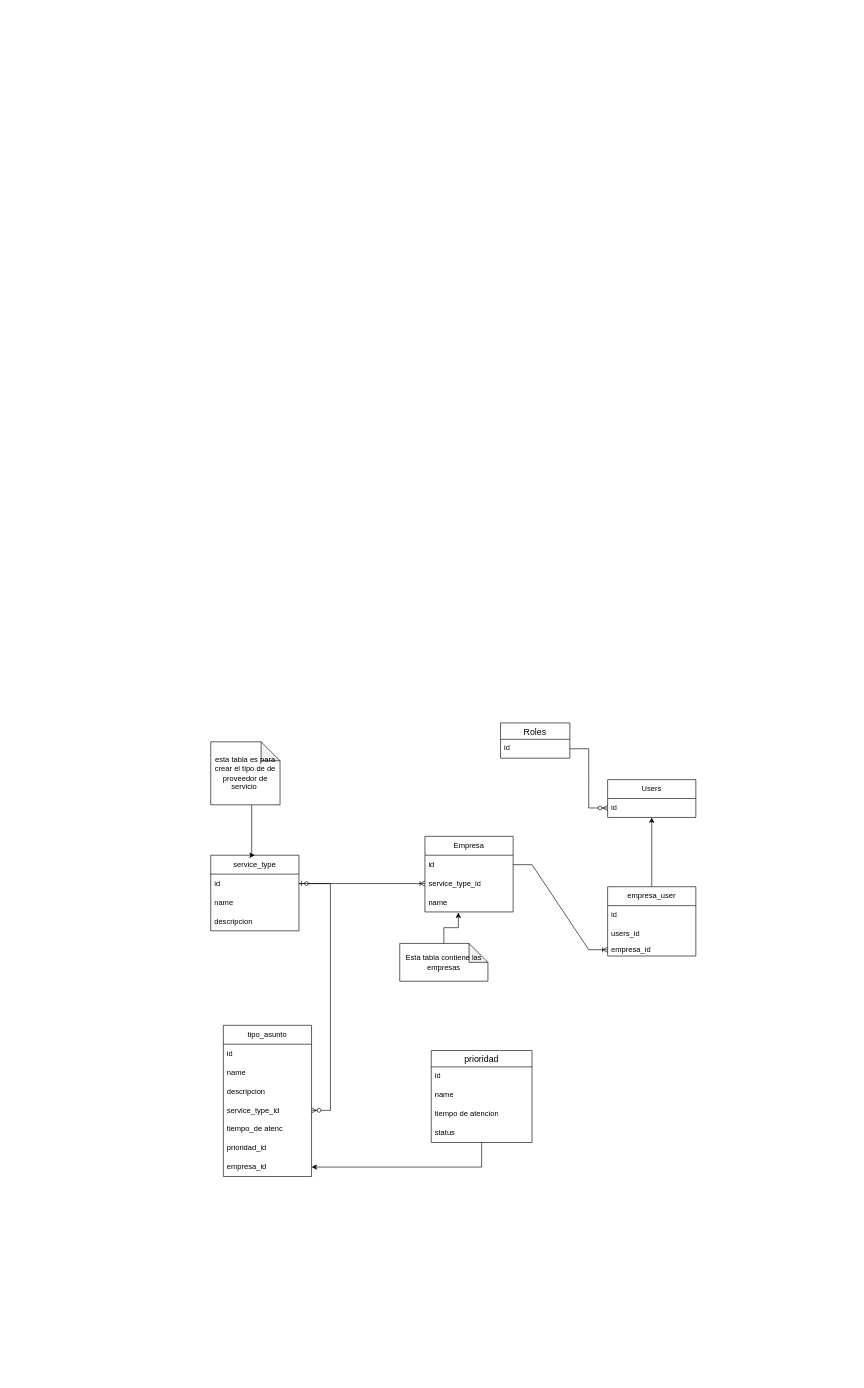
The draw.io diagram diagramas_de_clase/ticketServicios.drawio in jhaineymilevis/diagrams, before the edit. Source tidied: cells renumbered, new cells numbered last; positions are measured from the earlier drawing's top-left corner, leaving out a move shared by most shapes. Both pictures are drawn from the tidied source at 63%, with x=0, y=0 at pixel (210, 723).
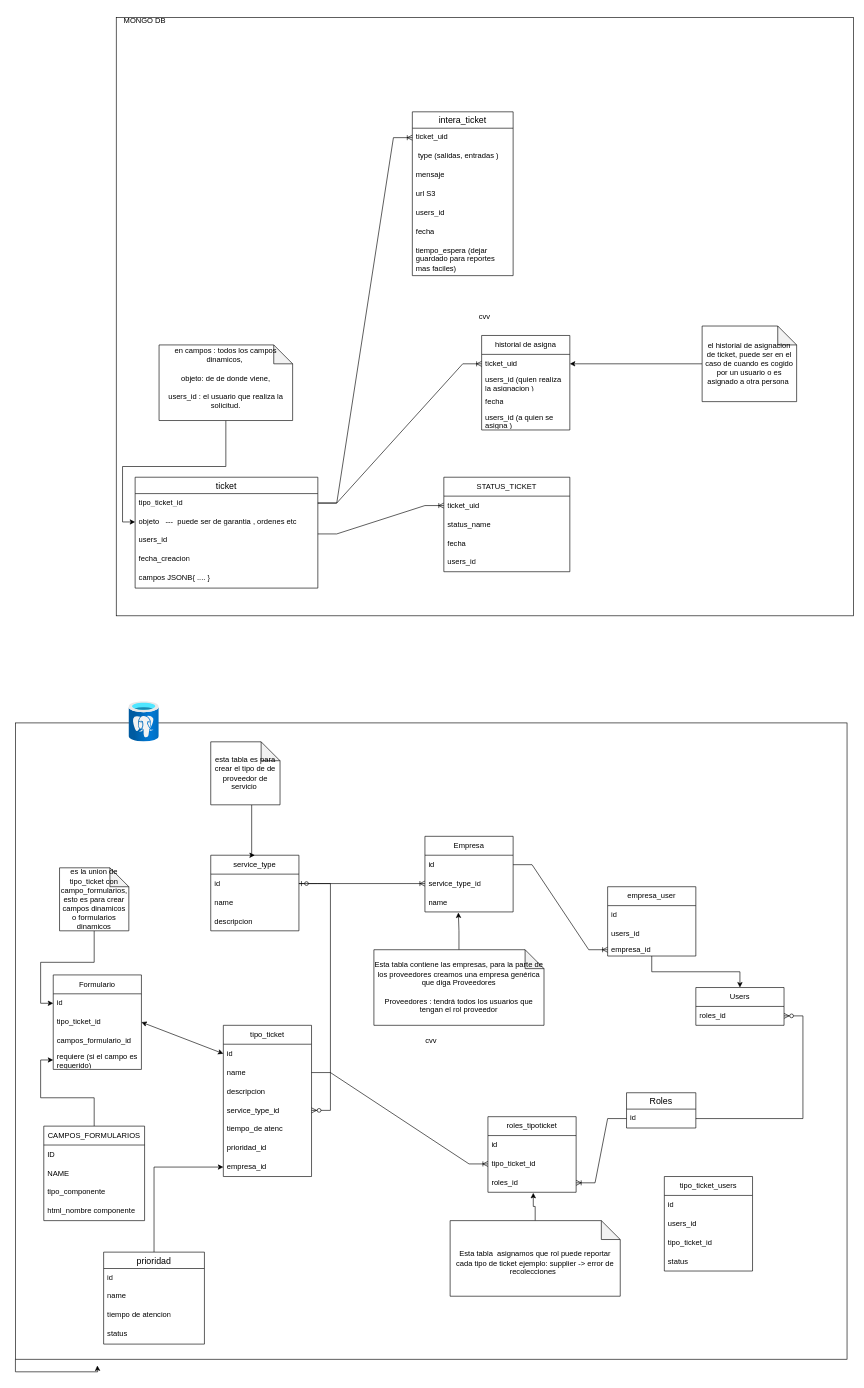
Above is the later version.

Unchanged cells that the change refers to:
```xml
<mxCell id="28" value="id" style="text;strokeColor=none;fillColor=none;spacingLeft=4;spacingRight=4;overflow=hidden;points=[[0,0.5],[1,0.5]];portConstraint=eastwest;fontSize=12;whiteSpace=wrap;html=1;" parent="27" vertex="1">
  <mxGeometry y="26" width="110" height="30" as="geometry" />
</mxCell>
```

What changed in the source:
```diff
@@
+    <mxCell id="41" value="cvv" style="rounded=0;whiteSpace=wrap;html=1;" parent="1" vertex="1">
+      <mxGeometry x="-150" y="-1120" width="1170" height="950" as="geometry" />
+    </mxCell>
+    <mxCell id="42" style="edgeStyle=orthogonalEdgeStyle;rounded=0;jettySize=auto;html=1;exitX=0;exitY=1;exitDx=0;exitDy=0;" parent="1" edge="1" source="43">
+      <mxGeometry relative="1" as="geometry">
+        <mxPoint x="-180" y="1020" as="targetPoint" />
+      </mxGeometry>
+    </mxCell>
+    <mxCell id="43" value="cvv" style="rounded=0;whiteSpace=wrap;html=1;" parent="1" vertex="1">
+      <mxGeometry x="-310" width="1320" height="1010" as="geometry" />
+    </mxCell>
@@
     <mxCell id="15" value="Users&lt;br&gt;" style="swimlane;fontStyle=0;horizontal=1;startSize=30;whiteSpace=wrap;html=1;" parent="1" vertex="1">
-      <mxGeometry x="630" y="90" width="140" height="60" as="geometry" />
+      <mxGeometry x="770" y="420" width="140" height="60" as="geometry" />
     </mxCell>
-    <mxCell id="16" value="id" style="text;strokeColor=none;fillColor=none;align=left;verticalAlign=middle;spacingLeft=4;spacingRight=4;overflow=hidden;points=[[0,0.5],[1,0.5]];portConstraint=eastwest;whiteSpace=wrap;html=1;" parent="15" vertex="1">
+    <mxCell id="16" value="roles_id" style="text;strokeColor=none;fillColor=none;align=left;verticalAlign=middle;spacingLeft=4;spacingRight=4;overflow=hidden;points=[[0,0.5],[1,0.5]];portConstraint=eastwest;whiteSpace=wrap;html=1;" parent="15" vertex="1">
       <mxGeometry y="30" width="140" height="30" as="geometry" />
     </mxCell>
-    <mxCell id="17" value="tipo_asunto" style="swimlane;fontStyle=0;horizontal=1;startSize=30;whiteSpace=wrap;html=1;" parent="1" vertex="1">
+    <mxCell id="17" value="tipo_ticket" style="swimlane;fontStyle=0;horizontal=1;startSize=30;whiteSpace=wrap;html=1;" parent="1" vertex="1">
       <mxGeometry x="20" y="480" width="140" height="240" as="geometry" />
     </mxCell>
-    <mxCell id="18" value="id" style="text;strokeColor=none;fillColor=none;align=left;verticalAlign=middle;spacingLeft=4;spacingRight=4;overflow=hidden;whiteSpace=wrap;html=1;" parent="17" vertex="1">
-      <mxGeometry y="30" width="140" height="30" as="geometry" />
-    </mxCell>
+    <mxCell id="44" value="id" style="text;strokeColor=none;fillColor=none;align=left;verticalAlign=middle;spacingLeft=4;spacingRight=4;overflow=hidden;points=[[0,0.5],[1,0.5]];portConstraint=eastwest;whiteSpace=wrap;html=1;" parent="17" vertex="1">
+      <mxGeometry y="30" width="140" height="30" as="geometry" />
+    </mxCell>
@@
     <mxCell id="27" value="Roles" style="swimlane;fontStyle=0;horizontal=1;startSize=26;align=center;fontSize=14;" parent="1" vertex="1">
-      <mxGeometry x="460" width="110" height="56" as="geometry" />
+      <mxGeometry x="660" y="587" width="110" height="56" as="geometry" />
     </mxCell>
@@
-    <mxCell id="29" style="edgeStyle=entityRelationEdgeStyle;fontSize=12;html=1;endArrow=ERzeroToMany;endFill=1;rounded=0;entryX=0;entryY=0.5;entryDx=0;entryDy=0;exitX=1;exitY=0.5;exitDx=0;exitDy=0;" parent="1" edge="1" source="28" target="16">
-      <mxGeometry relative="1" as="geometry" />
+    <mxCell id="29" style="edgeStyle=entityRelationEdgeStyle;fontSize=12;html=1;endArrow=ERzeroToMany;endFill=1;rounded=0;exitX=1;exitY=0.5;exitDx=0;exitDy=0;" parent="1" edge="1" source="28" target="16">
+      <mxGeometry relative="1" as="geometry">
+        <Array as="points">
+          <mxPoint x="520" y="496" />
+          <mxPoint x="600" y="436" />
+          <mxPoint x="600" y="486" />
+        </Array>
+      </mxGeometry>
     </mxCell>
@@
     <mxCell id="32" value="prioridad" style="swimlane;fontStyle=0;horizontal=1;startSize=26;align=center;fontSize=14;" parent="1" vertex="1">
-      <mxGeometry x="350" y="520" width="160" height="146" as="geometry" />
+      <mxGeometry x="-170" y="840" width="160" height="146" as="geometry" />
     </mxCell>
@@
-    <mxCell id="40" value="Esta tabla contiene las empresas" style="shape=note;whiteSpace=wrap;html=1;backgroundOutline=1;darkOpacity=0.05;" parent="1" vertex="1">
-      <mxGeometry x="300" y="350" width="140" height="60" as="geometry" />
+    <mxCell id="40" value="Esta tabla contiene las empresas, para la parte de los proveedores creamos una empresa genérica que diga Proveedores&lt;br&gt;&lt;br&gt;Proveedores : tendrá todos los usuarios que tengan el rol proveedor" style="shape=note;whiteSpace=wrap;html=1;backgroundOutline=1;darkOpacity=0.05;" parent="1" vertex="1">
+      <mxGeometry x="259" y="360" width="270" height="120" as="geometry" />
     </mxCell>
+    <mxCell id="45" value="roles_tipoticket" style="swimlane;fontStyle=0;horizontal=1;startSize=30;whiteSpace=wrap;html=1;" parent="1" vertex="1">
+      <mxGeometry x="440" y="625" width="140" height="120" as="geometry" />
+    </mxCell>
+    <mxCell id="46" value="id" style="text;strokeColor=none;fillColor=none;align=left;verticalAlign=middle;spacingLeft=4;spacingRight=4;overflow=hidden;whiteSpace=wrap;html=1;" parent="45" vertex="1">
+      <mxGeometry y="30" width="140" height="30" as="geometry" />
+    </mxCell>
+    <mxCell id="47" value="tipo_ticket_id" style="text;strokeColor=none;fillColor=none;align=left;verticalAlign=middle;spacingLeft=4;spacingRight=4;overflow=hidden;points=[[0,0.5],[1,0.5]];portConstraint=eastwest;whiteSpace=wrap;html=1;" parent="45" vertex="1">
+      <mxGeometry y="60" width="140" height="30" as="geometry" />
+    </mxCell>
+    <mxCell id="48" value="roles_id" style="text;strokeColor=none;fillColor=none;align=left;verticalAlign=middle;spacingLeft=4;spacingRight=4;overflow=hidden;points=[[0,0.5],[1,0.5]];portConstraint=eastwest;whiteSpace=wrap;html=1;" parent="45" vertex="1">
+      <mxGeometry y="90" width="140" height="30" as="geometry" />
+    </mxCell>
+    <mxCell id="49" style="edgeStyle=orthogonalEdgeStyle;rounded=0;jettySize=auto;html=1;entryX=0.514;entryY=1.033;entryDx=0;entryDy=0;entryPerimeter=0;" parent="1" edge="1" source="50" target="48">
+      <mxGeometry relative="1" as="geometry" />
+    </mxCell>
+    <mxCell id="50" value="&lt;br&gt;Esta tabla&amp;nbsp; asignamos que rol puede reportar cada tipo de ticket ejemplo: supplier -&amp;gt; error de recolecciones&amp;nbsp;&amp;nbsp;" style="shape=note;whiteSpace=wrap;html=1;backgroundOutline=1;darkOpacity=0.05;" parent="1" vertex="1">
+      <mxGeometry x="380" y="790" width="270" height="120" as="geometry" />
+    </mxCell>
+    <mxCell id="51" style="edgeStyle=entityRelationEdgeStyle;fontSize=12;html=1;endArrow=ERoneToMany;rounded=0;exitX=1;exitY=0.5;exitDx=0;exitDy=0;" parent="1" edge="1" target="47">
+      <mxGeometry relative="1" as="geometry">
+        <mxPoint x="160" y="555" as="sourcePoint" />
+      </mxGeometry>
+    </mxCell>
+    <mxCell id="52" style="edgeStyle=entityRelationEdgeStyle;fontSize=12;html=1;endArrow=ERoneToMany;rounded=0;exitX=0;exitY=0.5;exitDx=0;exitDy=0;entryX=1;entryY=0.5;entryDx=0;entryDy=0;" parent="1" edge="1" source="28" target="48">
+      <mxGeometry relative="1" as="geometry">
+        <Array as="points">
+          <mxPoint x="550" y="540" />
+        </Array>
+      </mxGeometry>
+    </mxCell>
+    <mxCell id="53" value="ticket" style="swimlane;fontStyle=0;horizontal=1;startSize=26;align=center;fontSize=14;" parent="1" vertex="1">
+      <mxGeometry x="-120" y="-390" width="290" height="176" as="geometry" />
+    </mxCell>
+    <mxCell id="54" value="tipo_ticket_id" style="text;strokeColor=none;fillColor=none;spacingLeft=4;spacingRight=4;overflow=hidden;points=[[0,0.5],[1,0.5]];portConstraint=eastwest;fontSize=12;whiteSpace=wrap;html=1;" parent="53" vertex="1">
+      <mxGeometry y="26" width="290" height="30" as="geometry" />
+    </mxCell>
+    <mxCell id="55" value="objeto&amp;nbsp; &amp;nbsp;---&amp;nbsp; puede ser de garantia , ordenes etc" style="text;strokeColor=none;fillColor=none;spacingLeft=4;spacingRight=4;overflow=hidden;points=[[0,0.5],[1,0.5]];portConstraint=eastwest;fontSize=12;whiteSpace=wrap;html=1;" parent="53" vertex="1">
+      <mxGeometry y="56" width="290" height="30" as="geometry" />
+    </mxCell>
+    <mxCell id="56" value="users_id" style="text;strokeColor=none;fillColor=none;spacingLeft=4;spacingRight=4;overflow=hidden;fontSize=12;whiteSpace=wrap;html=1;" parent="53" vertex="1">
+      <mxGeometry y="86" width="290" height="30" as="geometry" />
+    </mxCell>
+    <mxCell id="57" value="fecha_creacion&lt;br&gt;" style="text;strokeColor=none;fillColor=none;spacingLeft=4;spacingRight=4;overflow=hidden;fontSize=12;whiteSpace=wrap;html=1;" parent="53" vertex="1">
+      <mxGeometry y="116" width="290" height="30" as="geometry" />
+    </mxCell>
+    <mxCell id="58" value="campos JSONB{ .... }" style="text;strokeColor=none;fillColor=none;spacingLeft=4;spacingRight=4;overflow=hidden;fontSize=12;whiteSpace=wrap;html=1;" parent="53" vertex="1">
+      <mxGeometry y="146" width="290" height="30" as="geometry" />
+    </mxCell>
+    <mxCell id="59" style="image;html=1;align=center;fontSize=12;image=img/lib/azure2/databases/Azure_Database_PostgreSQL_Server.svg;" parent="1" vertex="1">
+      <mxGeometry x="-130" y="-34" width="48" height="64" as="geometry" />
+    </mxCell>
+    <mxCell id="60" value="MONGO DB" style="text;html=1;align=center;verticalAlign=middle;strokeColor=none;fillColor=none;" parent="1" vertex="1">
+      <mxGeometry x="-150" y="-1130" width="90" height="30" as="geometry" />
+    </mxCell>
+    <mxCell id="61" value="Formulario" style="swimlane;fontStyle=0;horizontal=1;startSize=30;whiteSpace=wrap;html=1;" parent="1" vertex="1">
+      <mxGeometry x="-250" y="400" width="140" height="150" as="geometry" />
+    </mxCell>
+    <mxCell id="62" value="id" style="text;strokeColor=none;fillColor=none;align=left;verticalAlign=middle;spacingLeft=4;spacingRight=4;overflow=hidden;points=[[0,0.5],[1,0.5]];portConstraint=eastwest;whiteSpace=wrap;html=1;" parent="61" vertex="1">
+      <mxGeometry y="30" width="140" height="30" as="geometry" />
+    </mxCell>
+    <mxCell id="63" value="tipo_ticket_id" style="text;strokeColor=none;fillColor=none;align=left;verticalAlign=middle;spacingLeft=4;spacingRight=4;overflow=hidden;points=[[0,0.5],[1,0.5]];portConstraint=eastwest;whiteSpace=wrap;html=1;" parent="61" vertex="1">
+      <mxGeometry y="60" width="140" height="30" as="geometry" />
+    </mxCell>
+    <mxCell id="64" value="campos_formulario_id" style="text;strokeColor=none;fillColor=none;align=left;verticalAlign=middle;spacingLeft=4;spacingRight=4;overflow=hidden;whiteSpace=wrap;html=1;" parent="61" vertex="1">
+      <mxGeometry y="90" width="140" height="30" as="geometry" />
+    </mxCell>
+    <mxCell id="65" value="requiere (si el campo es requerido)" style="text;strokeColor=none;fillColor=none;align=left;verticalAlign=middle;spacingLeft=4;spacingRight=4;overflow=hidden;points=[[0,0.5],[1,0.5]];portConstraint=eastwest;whiteSpace=wrap;html=1;" parent="61" vertex="1">
+      <mxGeometry y="120" width="140" height="30" as="geometry" />
+    </mxCell>
+    <mxCell id="66" value="tipo_ticket_users" style="swimlane;fontStyle=0;horizontal=1;startSize=30;whiteSpace=wrap;html=1;" parent="1" vertex="1">
+      <mxGeometry x="720" y="720" width="140" height="150" as="geometry" />
+    </mxCell>
+    <mxCell id="67" value="id" style="text;strokeColor=none;fillColor=none;align=left;verticalAlign=middle;spacingLeft=4;spacingRight=4;overflow=hidden;whiteSpace=wrap;html=1;" parent="66" vertex="1">
+      <mxGeometry y="30" width="140" height="30" as="geometry" />
+    </mxCell>
+    <mxCell id="68" value="users_id" style="text;strokeColor=none;fillColor=none;align=left;verticalAlign=middle;spacingLeft=4;spacingRight=4;overflow=hidden;whiteSpace=wrap;html=1;" parent="66" vertex="1">
+      <mxGeometry y="60" width="140" height="30" as="geometry" />
+    </mxCell>
+    <mxCell id="69" value="tipo_ticket_id" style="text;strokeColor=none;fillColor=none;align=left;verticalAlign=middle;spacingLeft=4;spacingRight=4;overflow=hidden;whiteSpace=wrap;html=1;" parent="66" vertex="1">
+      <mxGeometry y="90" width="140" height="30" as="geometry" />
+    </mxCell>
+    <mxCell id="70" value="status" style="text;strokeColor=none;fillColor=none;align=left;verticalAlign=middle;spacingLeft=4;spacingRight=4;overflow=hidden;whiteSpace=wrap;html=1;" parent="66" vertex="1">
+      <mxGeometry y="120" width="140" height="30" as="geometry" />
+    </mxCell>
+    <mxCell id="71" style="edgeStyle=orthogonalEdgeStyle;rounded=0;jettySize=auto;html=1;" parent="1" edge="1" source="72" target="65">
+      <mxGeometry relative="1" as="geometry" />
+    </mxCell>
+    <mxCell id="72" value="CAMPOS_FORMULARIOS" style="swimlane;fontStyle=0;horizontal=1;startSize=30;whiteSpace=wrap;html=1;" parent="1" vertex="1">
+      <mxGeometry x="-265" y="640" width="160" height="150" as="geometry" />
+    </mxCell>
+    <mxCell id="73" value="ID" style="text;strokeColor=none;fillColor=none;align=left;verticalAlign=middle;spacingLeft=4;spacingRight=4;overflow=hidden;whiteSpace=wrap;html=1;" parent="72" vertex="1">
+      <mxGeometry y="30" width="160" height="30" as="geometry" />
+    </mxCell>
+    <mxCell id="74" value="NAME" style="text;strokeColor=none;fillColor=none;align=left;verticalAlign=middle;spacingLeft=4;spacingRight=4;overflow=hidden;whiteSpace=wrap;html=1;" parent="72" vertex="1">
+      <mxGeometry y="60" width="160" height="30" as="geometry" />
+    </mxCell>
+    <mxCell id="75" value="tipo_componente" style="text;strokeColor=none;fillColor=none;align=left;verticalAlign=middle;spacingLeft=4;spacingRight=4;overflow=hidden;whiteSpace=wrap;html=1;" parent="72" vertex="1">
+      <mxGeometry y="90" width="160" height="30" as="geometry" />
+    </mxCell>
+    <mxCell id="76" value="html_nombre componente&lt;br&gt;" style="text;strokeColor=none;fillColor=none;align=left;verticalAlign=middle;spacingLeft=4;spacingRight=4;overflow=hidden;whiteSpace=wrap;html=1;" parent="72" vertex="1">
+      <mxGeometry y="120" width="160" height="30" as="geometry" />
+    </mxCell>
+    <mxCell id="77" style="edgeStyle=orthogonalEdgeStyle;rounded=0;jettySize=auto;html=1;" parent="1" edge="1" source="78" target="62">
+      <mxGeometry relative="1" as="geometry" />
+    </mxCell>
+    <mxCell id="78" value="es la union de tipo_ticket con campo_formularios, esto es para crear campos dinamicos o formularios dinamicos" style="shape=note;whiteSpace=wrap;html=1;backgroundOutline=1;darkOpacity=0.05;" parent="1" vertex="1">
+      <mxGeometry x="-240" y="230" width="110" height="100" as="geometry" />
+    </mxCell>
+    <mxCell id="79" style="endArrow=classic;startArrow=classic;html=1;rounded=0;entryX=1;entryY=0.5;entryDx=0;entryDy=0;exitX=0;exitY=0.5;exitDx=0;exitDy=0;" parent="1" edge="1" source="44" target="63">
+      <mxGeometry relative="1" as="geometry" />
+    </mxCell>
+    <mxCell id="80" style="edgeStyle=orthogonalEdgeStyle;rounded=0;jettySize=auto;html=1;" parent="1" edge="1" source="81" target="55">
+      <mxGeometry relative="1" as="geometry" />
+    </mxCell>
+    <mxCell id="81" value="en campos : todos los campos dinamicos,&amp;nbsp;&lt;br&gt;&lt;br&gt;objeto: de de donde viene,&lt;br&gt;&lt;br&gt;users_id : el usuario que realiza la solicitud.&lt;br&gt;&lt;br&gt;" style="shape=note;whiteSpace=wrap;html=1;backgroundOutline=1;darkOpacity=0.05;" parent="1" vertex="1">
+      <mxGeometry x="-82" y="-600" width="212" height="120" as="geometry" />
+    </mxCell>
+    <mxCell id="82" value="STATUS_TICKET" style="swimlane;fontStyle=0;horizontal=1;startSize=30;whiteSpace=wrap;html=1;" parent="1" vertex="1">
+      <mxGeometry x="370" y="-390" width="200" height="150" as="geometry" />
+    </mxCell>
+    <mxCell id="83" value="ticket_uid" style="text;strokeColor=none;fillColor=none;align=left;verticalAlign=middle;spacingLeft=4;spacingRight=4;overflow=hidden;points=[[0,0.5],[1,0.5]];portConstraint=eastwest;whiteSpace=wrap;html=1;" parent="82" vertex="1">
+      <mxGeometry y="30" width="200" height="30" as="geometry" />
+    </mxCell>
+    <mxCell id="84" value="status_name" style="text;strokeColor=none;fillColor=none;align=left;verticalAlign=middle;spacingLeft=4;spacingRight=4;overflow=hidden;whiteSpace=wrap;html=1;" parent="82" vertex="1">
+      <mxGeometry y="60" width="200" height="30" as="geometry" />
+    </mxCell>
+    <mxCell id="85" value="fecha&amp;nbsp;" style="text;strokeColor=none;fillColor=none;align=left;verticalAlign=middle;spacingLeft=4;spacingRight=4;overflow=hidden;whiteSpace=wrap;html=1;" parent="82" vertex="1">
+      <mxGeometry y="90" width="200" height="30" as="geometry" />
+    </mxCell>
+    <mxCell id="86" value="users_id" style="text;strokeColor=none;fillColor=none;align=left;verticalAlign=middle;spacingLeft=4;spacingRight=4;overflow=hidden;whiteSpace=wrap;html=1;" parent="82" vertex="1">
+      <mxGeometry y="120" width="200" height="30" as="geometry" />
+    </mxCell>
+    <mxCell id="87" value="historial de asigna" style="swimlane;fontStyle=0;horizontal=1;startSize=30;whiteSpace=wrap;html=1;" parent="1" vertex="1">
+      <mxGeometry x="430" y="-615" width="140" height="150" as="geometry" />
+    </mxCell>
+    <mxCell id="88" value="ticket_uid" style="text;strokeColor=none;fillColor=none;align=left;verticalAlign=middle;spacingLeft=4;spacingRight=4;overflow=hidden;points=[[0,0.5],[1,0.5]];portConstraint=eastwest;whiteSpace=wrap;html=1;" parent="87" vertex="1">
+      <mxGeometry y="30" width="140" height="30" as="geometry" />
+    </mxCell>
+    <mxCell id="89" value="users_id (quien realiza la asignacion )" style="text;strokeColor=none;fillColor=none;align=left;verticalAlign=middle;spacingLeft=4;spacingRight=4;overflow=hidden;whiteSpace=wrap;html=1;" parent="87" vertex="1">
+      <mxGeometry y="60" width="140" height="30" as="geometry" />
+    </mxCell>
+    <mxCell id="90" value="fecha" style="text;strokeColor=none;fillColor=none;align=left;verticalAlign=middle;spacingLeft=4;spacingRight=4;overflow=hidden;whiteSpace=wrap;html=1;" parent="87" vertex="1">
+      <mxGeometry y="90" width="140" height="30" as="geometry" />
+    </mxCell>
+    <mxCell id="91" value="users_id (a quien se asigna )" style="text;strokeColor=none;fillColor=none;align=left;verticalAlign=middle;spacingLeft=4;spacingRight=4;overflow=hidden;whiteSpace=wrap;html=1;" parent="87" vertex="1">
+      <mxGeometry y="120" width="140" height="30" as="geometry" />
+    </mxCell>
+    <mxCell id="92" style="edgeStyle=orthogonalEdgeStyle;rounded=0;jettySize=auto;html=1;" parent="1" edge="1" source="93" target="88">
+      <mxGeometry relative="1" as="geometry" />
+    </mxCell>
+    <mxCell id="93" value="el historial de asignacion de ticket, puede ser en el caso de cuando es cogido por un usuario o es asignado a otra persona&amp;nbsp;" style="shape=note;whiteSpace=wrap;html=1;backgroundOutline=1;darkOpacity=0.05;" parent="1" vertex="1">
+      <mxGeometry x="780" y="-630" width="150" height="120" as="geometry" />
+    </mxCell>
+    <mxCell id="94" style="edgeStyle=entityRelationEdgeStyle;fontSize=12;html=1;endArrow=ERoneToMany;rounded=0;" parent="1" edge="1" target="83">
+      <mxGeometry relative="1" as="geometry">
+        <mxPoint x="170" y="-300" as="sourcePoint" />
+      </mxGeometry>
+    </mxCell>
+    <mxCell id="95" style="edgeStyle=entityRelationEdgeStyle;fontSize=12;html=1;endArrow=ERoneToMany;rounded=0;" parent="1" edge="1" source="54" target="88">
+      <mxGeometry relative="1" as="geometry" />
+    </mxCell>
+    <mxCell id="96" value="intera_ticket" style="swimlane;fontStyle=0;horizontal=1;startSize=26;align=center;fontSize=14;" parent="1" vertex="1">
+      <mxGeometry x="320" y="-970" width="160" height="260" as="geometry" />
+    </mxCell>
+    <mxCell id="97" value="ticket_uid" style="text;strokeColor=none;fillColor=none;spacingLeft=4;spacingRight=4;overflow=hidden;points=[[0,0.5],[1,0.5]];portConstraint=eastwest;fontSize=12;whiteSpace=wrap;html=1;" parent="96" vertex="1">
+      <mxGeometry y="26" width="160" height="30" as="geometry" />
+    </mxCell>
+    <mxCell id="98" value="&amp;nbsp;type (salidas, entradas )" style="text;strokeColor=none;fillColor=none;spacingLeft=4;spacingRight=4;overflow=hidden;fontSize=12;whiteSpace=wrap;html=1;" parent="96" vertex="1">
+      <mxGeometry y="56" width="160" height="30" as="geometry" />
+    </mxCell>
+    <mxCell id="99" value="mensaje" style="text;strokeColor=none;fillColor=none;spacingLeft=4;spacingRight=4;overflow=hidden;fontSize=12;whiteSpace=wrap;html=1;" parent="96" vertex="1">
+      <mxGeometry y="86" width="160" height="30" as="geometry" />
+    </mxCell>
+    <mxCell id="100" value="url S3" style="text;strokeColor=none;fillColor=none;spacingLeft=4;spacingRight=4;overflow=hidden;fontSize=12;whiteSpace=wrap;html=1;" parent="96" vertex="1">
+      <mxGeometry y="116" width="160" height="30" as="geometry" />
+    </mxCell>
+    <mxCell id="101" value="users_id&amp;nbsp;" style="text;strokeColor=none;fillColor=none;spacingLeft=4;spacingRight=4;overflow=hidden;fontSize=12;whiteSpace=wrap;html=1;" parent="96" vertex="1">
+      <mxGeometry y="146" width="160" height="30" as="geometry" />
+    </mxCell>
+    <mxCell id="102" value="fecha" style="text;strokeColor=none;fillColor=none;spacingLeft=4;spacingRight=4;overflow=hidden;fontSize=12;whiteSpace=wrap;html=1;" parent="96" vertex="1">
+      <mxGeometry y="176" width="160" height="30" as="geometry" />
+    </mxCell>
+    <mxCell id="103" value="tiempo_espera (dejar guardado para reportes mas faciles)" style="text;strokeColor=none;fillColor=none;spacingLeft=4;spacingRight=4;overflow=hidden;fontSize=12;whiteSpace=wrap;html=1;" parent="96" vertex="1">
+      <mxGeometry y="206" width="160" height="54" as="geometry" />
+    </mxCell>
+    <mxCell id="104" style="edgeStyle=entityRelationEdgeStyle;fontSize=12;html=1;endArrow=ERoneToMany;rounded=0;" parent="1" edge="1" source="54" target="97">
+      <mxGeometry relative="1" as="geometry" />
+    </mxCell>
```
